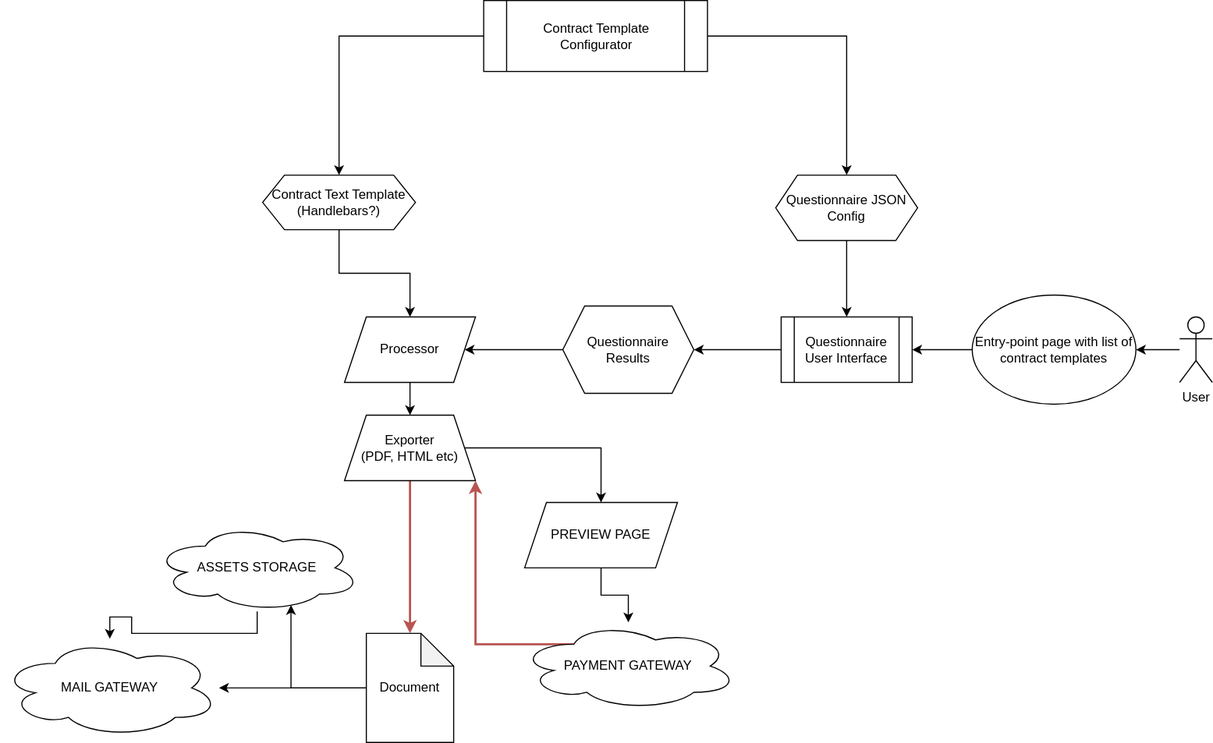
The draw.io diagram highlevel-architecture.svg in nikpl7777/drafter-highlevel-tech-overiview, before a commit. Source tidied: cells renumbered, new cells last; positions are measured from the earlier drawing's top-left corner, leaving out a move shared by most shapes.
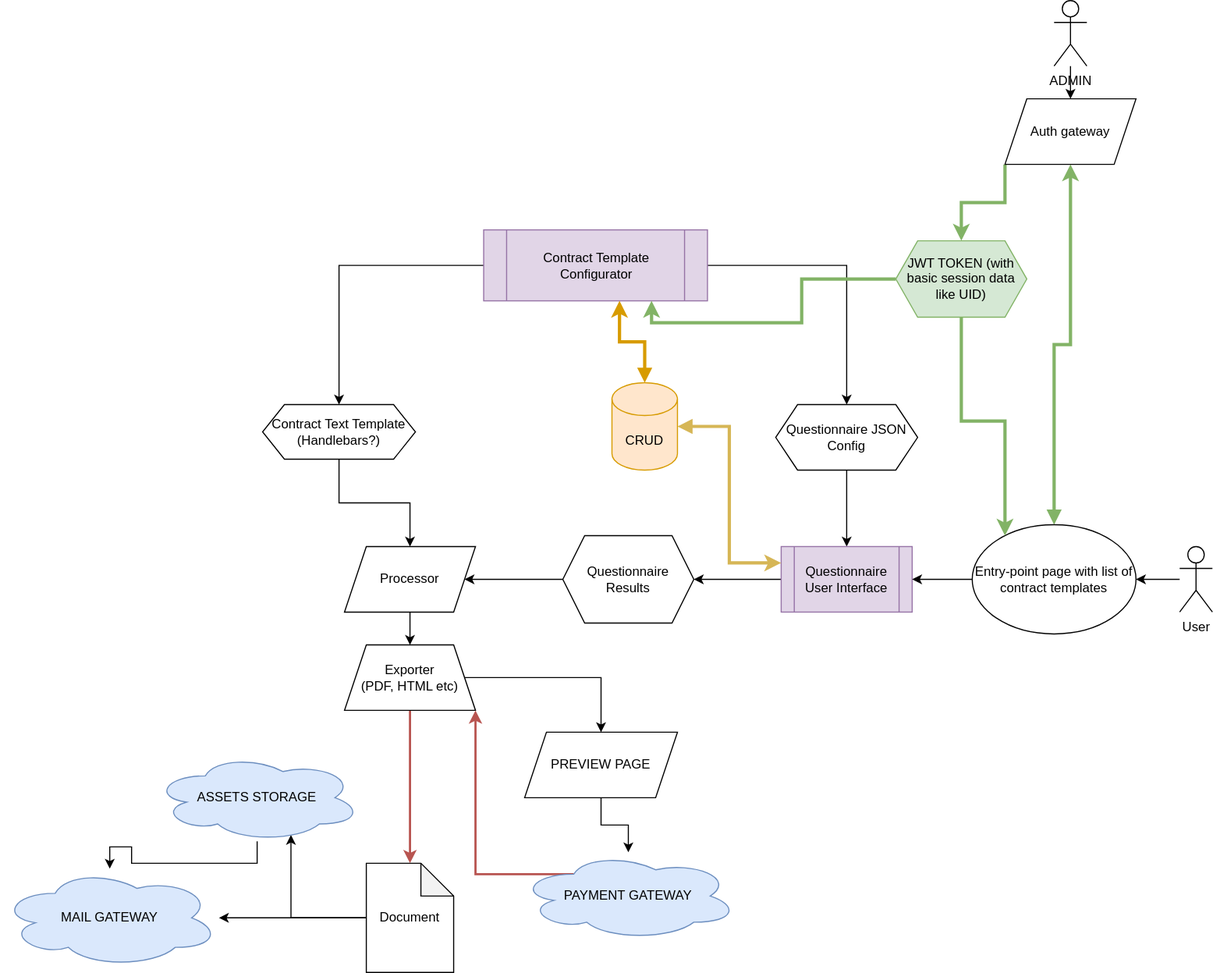
The same diagram one commit later.

Change to the diagram source:
```diff
@@ -8,7 +8,7 @@
     <mxCell id="3" style="edgeStyle=orthogonalEdgeStyle;rounded=0;jettySize=auto;html=1;" parent="1" edge="1" source="4" target="8">
       <mxGeometry relative="1" as="geometry" />
     </mxCell>
-    <mxCell id="4" value="Contract Template Configurator" style="shape=process;whiteSpace=wrap;html=1;backgroundOutline=1;" parent="1" vertex="1">
+    <mxCell id="4" value="Contract Template Configurator" style="shape=process;whiteSpace=wrap;html=1;backgroundOutline=1;fillColor=#e1d5e7;strokeColor=#9673a6;" parent="1" vertex="1">
       <mxGeometry x="442.5" width="205" height="65" as="geometry" />
     </mxCell>
     <mxCell id="5" style="edgeStyle=orthogonalEdgeStyle;rounded=0;jettySize=auto;html=1;" parent="1" edge="1" source="6" target="10">
@@ -26,7 +26,7 @@
     <mxCell id="9" style="edgeStyle=orthogonalEdgeStyle;rounded=0;jettySize=auto;html=1;" parent="1" edge="1" source="10" target="12">
       <mxGeometry relative="1" as="geometry" />
     </mxCell>
-    <mxCell id="10" value="Questionnaire User Interface" style="shape=process;whiteSpace=wrap;html=1;backgroundOutline=1;" parent="1" vertex="1">
+    <mxCell id="10" value="Questionnaire User Interface" style="shape=process;whiteSpace=wrap;html=1;backgroundOutline=1;fillColor=#e1d5e7;strokeColor=#9673a6;" parent="1" vertex="1">
       <mxGeometry x="715" y="290" width="120" height="60" as="geometry" />
     </mxCell>
     <mxCell id="11" style="edgeStyle=orthogonalEdgeStyle;rounded=0;jettySize=auto;html=1;" parent="1" edge="1" source="12" target="14">
@@ -68,6 +68,9 @@
     <mxCell id="23" style="edgeStyle=orthogonalEdgeStyle;rounded=0;jettySize=auto;html=1;" parent="1" edge="1" source="24" target="10">
       <mxGeometry relative="1" as="geometry" />
     </mxCell>
+    <mxCell id="32" style="edgeStyle=orthogonalEdgeStyle;rounded=0;jettySize=auto;html=1;strokeWidth=3;startArrow=block;startFill=1;fillColor=#d5e8d4;strokeColor=#82b366;" parent="1" edge="1" source="24" target="34">
+      <mxGeometry relative="1" as="geometry" />
+    </mxCell>
     <mxCell id="24" value="Entry-point page with list of contract templates" style="ellipse;whiteSpace=wrap;html=1;" parent="1" vertex="1">
       <mxGeometry x="890" y="270" width="150" height="100" as="geometry" />
     </mxCell>
@@ -80,17 +83,47 @@
     <mxCell id="27" style="edgeStyle=orthogonalEdgeStyle;rounded=0;jettySize=auto;html=1;exitX=0.25;exitY=0.25;exitDx=0;exitDy=0;exitPerimeter=0;entryX=1;entryY=1;entryDx=0;entryDy=0;fillColor=#f8cecc;strokeColor=#b85450;strokeWidth=2;" parent="1" edge="1" source="28" target="20">
       <mxGeometry relative="1" as="geometry" />
     </mxCell>
-    <mxCell id="28" value="PAYMENT GATEWAY" style="ellipse;shape=cloud;whiteSpace=wrap;html=1;" parent="1" vertex="1">
+    <mxCell id="28" value="PAYMENT GATEWAY" style="ellipse;shape=cloud;whiteSpace=wrap;html=1;fillColor=#dae8fc;strokeColor=#6c8ebf;" parent="1" vertex="1">
       <mxGeometry x="475" y="570" width="200" height="80" as="geometry" />
     </mxCell>
-    <mxCell id="29" value="MAIL GATEWAY" style="ellipse;shape=cloud;whiteSpace=wrap;html=1;" parent="1" vertex="1">
+    <mxCell id="29" value="MAIL GATEWAY" style="ellipse;shape=cloud;whiteSpace=wrap;html=1;fillColor=#dae8fc;strokeColor=#6c8ebf;" parent="1" vertex="1">
       <mxGeometry y="585" width="200" height="90" as="geometry" />
     </mxCell>
     <mxCell id="30" style="edgeStyle=orthogonalEdgeStyle;rounded=0;jettySize=auto;html=1;strokeWidth=1;" parent="1" edge="1" source="31" target="29">
       <mxGeometry relative="1" as="geometry" />
     </mxCell>
-    <mxCell id="31" value="ASSETS STORAGE" style="ellipse;shape=cloud;whiteSpace=wrap;html=1;" parent="1" vertex="1">
+    <mxCell id="31" value="ASSETS STORAGE" style="ellipse;shape=cloud;whiteSpace=wrap;html=1;fillColor=#dae8fc;strokeColor=#6c8ebf;" parent="1" vertex="1">
       <mxGeometry x="140" y="480" width="190" height="80" as="geometry" />
     </mxCell>
+    <mxCell id="33" style="edgeStyle=orthogonalEdgeStyle;rounded=0;jettySize=auto;html=1;strokeWidth=3;fillColor=#d5e8d4;strokeColor=#82b366;exitX=0;exitY=1;exitDx=0;exitDy=0;" parent="1" edge="1" source="34" target="37">
+      <mxGeometry relative="1" as="geometry" />
+    </mxCell>
+    <mxCell id="34" value="Auth gateway" style="shape=parallelogram;perimeter=parallelogramPerimeter;whiteSpace=wrap;html=1;fixedSize=1;" parent="1" vertex="1">
+      <mxGeometry x="920" y="-120" width="120" height="60" as="geometry" />
+    </mxCell>
+    <mxCell id="35" style="edgeStyle=orthogonalEdgeStyle;rounded=0;jettySize=auto;html=1;strokeWidth=3;fillColor=#d5e8d4;strokeColor=#82b366;entryX=0.75;entryY=1;entryDx=0;entryDy=0;" parent="1" edge="1" source="37" target="4">
+      <mxGeometry relative="1" as="geometry" />
+    </mxCell>
+    <mxCell id="36" style="edgeStyle=orthogonalEdgeStyle;rounded=0;jettySize=auto;html=1;entryX=0.2;entryY=0.1;entryDx=0;entryDy=0;entryPerimeter=0;startArrow=none;startFill=0;strokeWidth=3;fillColor=#d5e8d4;strokeColor=#82b366;" parent="1" edge="1" source="37" target="24">
+      <mxGeometry relative="1" as="geometry" />
+    </mxCell>
+    <mxCell id="37" value="JWT TOKEN (with basic session data like UID)" style="shape=hexagon;perimeter=hexagonPerimeter2;whiteSpace=wrap;html=1;fixedSize=1;fillColor=#d5e8d4;strokeColor=#82b366;" parent="1" vertex="1">
+      <mxGeometry x="820" y="10" width="120" height="70" as="geometry" />
+    </mxCell>
+    <mxCell id="38" style="edgeStyle=orthogonalEdgeStyle;rounded=0;jettySize=auto;html=1;startArrow=none;startFill=0;strokeWidth=1;" parent="1" edge="1" source="39" target="34">
+      <mxGeometry relative="1" as="geometry" />
+    </mxCell>
+    <mxCell id="39" value="ADMIN" style="shape=umlActor;verticalLabelPosition=bottom;verticalAlign=top;html=1;outlineConnect=0;" parent="1" vertex="1">
+      <mxGeometry x="965" y="-210" width="30" height="60" as="geometry" />
+    </mxCell>
+    <mxCell id="40" style="edgeStyle=orthogonalEdgeStyle;rounded=0;jettySize=auto;html=1;entryX=0;entryY=0.25;entryDx=0;entryDy=0;startArrow=block;startFill=1;strokeWidth=3;fillColor=#fff2cc;strokeColor=#d6b656;" parent="1" edge="1" source="42" target="10">
+      <mxGeometry relative="1" as="geometry" />
+    </mxCell>
+    <mxCell id="41" style="edgeStyle=orthogonalEdgeStyle;rounded=0;jettySize=auto;html=1;entryX=0.607;entryY=1;entryDx=0;entryDy=0;entryPerimeter=0;startArrow=block;startFill=1;strokeWidth=3;fillColor=#ffe6cc;strokeColor=#d79b00;" parent="1" edge="1" source="42" target="4">
+      <mxGeometry relative="1" as="geometry" />
+    </mxCell>
+    <mxCell id="42" value="CRUD" style="shape=cylinder3;whiteSpace=wrap;html=1;boundedLbl=1;backgroundOutline=1;size=15;fillColor=#ffe6cc;strokeColor=#d79b00;" parent="1" vertex="1">
+      <mxGeometry x="560" y="140" width="60" height="80" as="geometry" />
+    </mxCell>
   </root>
 </mxGraphModel>
```
